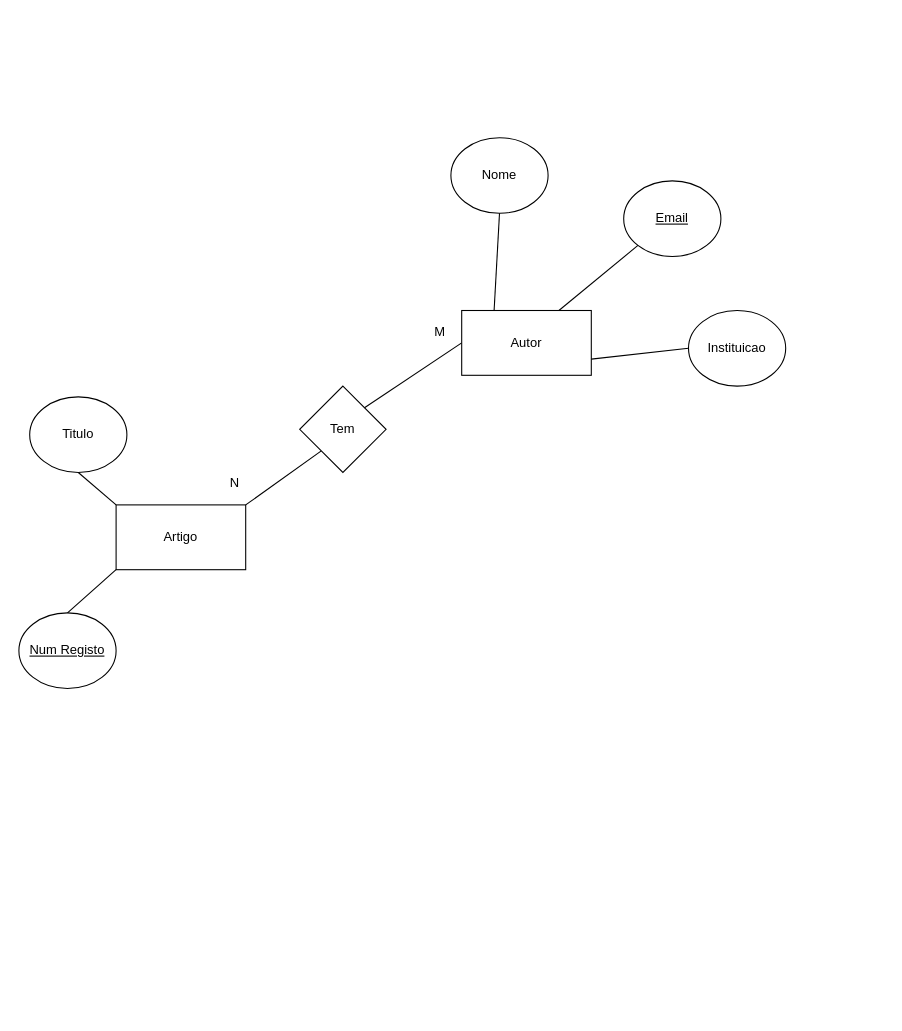
This is G01/ex3.drawio from ahridesu/guioes-BD, a draw.io file, before an edit. Source tidied: cells renumbered, new cells numbered last; positions are measured from the earlier drawing's top-left corner, leaving out a move shared by most shapes. Both pictures are drawn from the tidied source at 108%, with x=0, y=0 at pixel (18, 137).
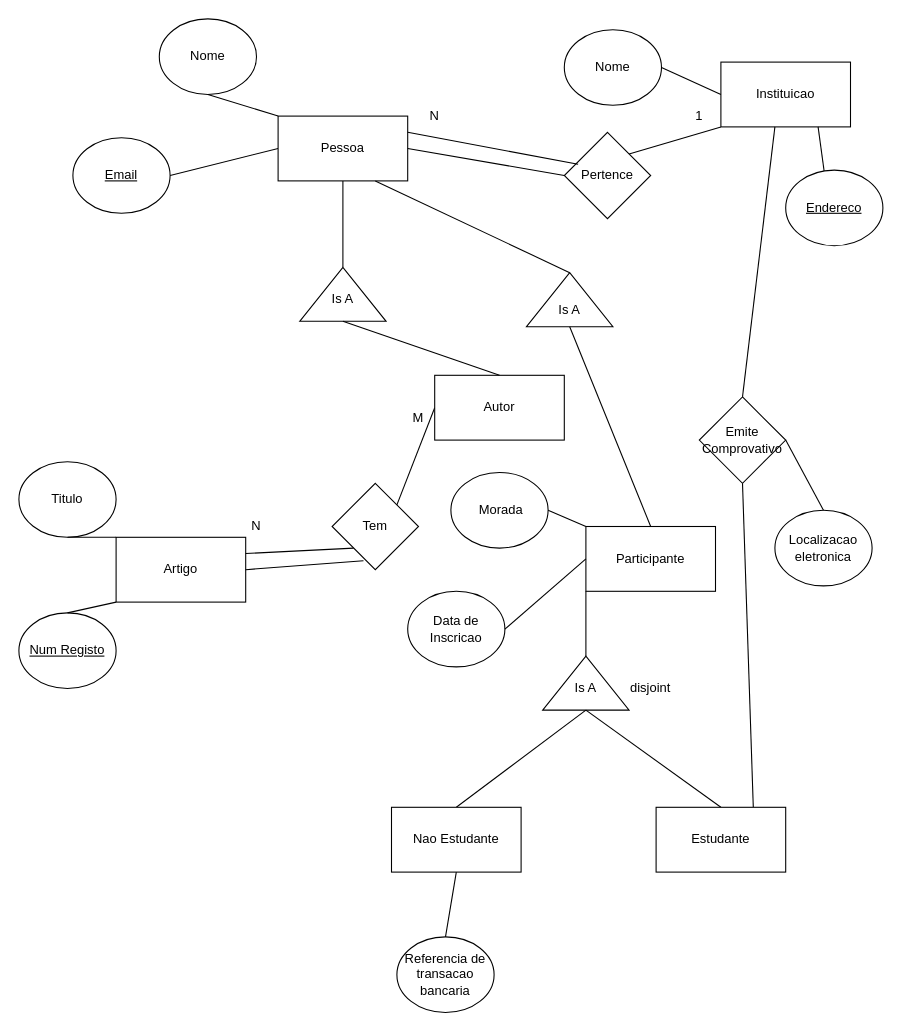
Above is the later version.

Diff of the diagram source:
```diff
@@
     <mxCell id="2" value="Artigo" style="rounded=0;whiteSpace=wrap;html=1;" parent="1" vertex="1">
-      <mxGeometry x="90" y="340" width="120" height="60" as="geometry" />
+      <mxGeometry x="90" y="370" width="120" height="60" as="geometry" />
     </mxCell>
     <mxCell id="3" value="Titulo" style="ellipse;whiteSpace=wrap;html=1;" parent="1" vertex="1">
-      <mxGeometry x="10" y="240" width="90" height="70" as="geometry" />
+      <mxGeometry y="300" width="90" height="70" as="geometry" />
     </mxCell>
@@
-    <mxCell id="7" style="endArrow=none;html=1;exitX=1;exitY=0;exitDx=0;exitDy=0;entryX=0;entryY=1;entryDx=0;entryDy=0;" parent="1" edge="1" source="2" target="8">
+    <mxCell id="7" style="endArrow=none;html=1;exitX=1;exitY=0.25;exitDx=0;exitDy=0;entryX=0;entryY=1;entryDx=0;entryDy=0;" parent="1" edge="1" source="2" target="8">
       <mxGeometry relative="1" as="geometry" />
     </mxCell>
     <mxCell id="8" value="Tem" style="rhombus;whiteSpace=wrap;html=1;" parent="1" vertex="1">
-      <mxGeometry x="260" y="230" width="80" height="80" as="geometry" />
+      <mxGeometry x="290" y="320" width="80" height="80" as="geometry" />
     </mxCell>
@@
     <mxCell id="10" value="Autor" style="rounded=0;whiteSpace=wrap;html=1;" parent="1" vertex="1">
-      <mxGeometry x="410" y="160" width="120" height="60" as="geometry" />
+      <mxGeometry x="385" y="220" width="120" height="60" as="geometry" />
     </mxCell>
     <mxCell id="11" value="Nome" style="ellipse;whiteSpace=wrap;html=1;" parent="1" vertex="1">
-      <mxGeometry x="400" width="90" height="70" as="geometry" />
+      <mxGeometry x="130" y="-110" width="90" height="70" as="geometry" />
     </mxCell>
     <mxCell id="12" value="&lt;u&gt;Email&lt;/u&gt;" style="ellipse;whiteSpace=wrap;html=1;" parent="1" vertex="1">
-      <mxGeometry x="560" y="40" width="90" height="70" as="geometry" />
+      <mxGeometry x="50" width="90" height="70" as="geometry" />
     </mxCell>
-    <mxCell id="13" value="Instituicao" style="ellipse;whiteSpace=wrap;html=1;" parent="1" vertex="1">
-      <mxGeometry x="620" y="160" width="90" height="70" as="geometry" />
-    </mxCell>
-    <mxCell id="14" style="endArrow=none;html=1;entryX=0.5;entryY=1;entryDx=0;entryDy=0;exitX=0.25;exitY=0;exitDx=0;exitDy=0;" parent="1" edge="1" source="10" target="11">
+    <mxCell id="14" style="endArrow=none;html=1;entryX=0.5;entryY=1;entryDx=0;entryDy=0;exitX=0;exitY=0;exitDx=0;exitDy=0;" parent="1" edge="1" source="20" target="11">
       <mxGeometry relative="1" as="geometry" />
     </mxCell>
-    <mxCell id="15" style="endArrow=none;html=1;entryX=0;entryY=1;entryDx=0;entryDy=0;exitX=0.75;exitY=0;exitDx=0;exitDy=0;" parent="1" edge="1" source="10" target="12">
+    <mxCell id="15" style="endArrow=none;html=1;entryX=1;entryY=0.5;entryDx=0;entryDy=0;exitX=0;exitY=0.5;exitDx=0;exitDy=0;" parent="1" edge="1" source="20" target="12">
       <mxGeometry relative="1" as="geometry" />
     </mxCell>
-    <mxCell id="16" style="endArrow=none;html=1;exitX=1;exitY=0.75;exitDx=0;exitDy=0;entryX=0;entryY=0.5;entryDx=0;entryDy=0;" parent="1" edge="1" source="10" target="13">
-      <mxGeometry relative="1" as="geometry" />
-    </mxCell>
     <mxCell id="17" value="N" style="text;html=1;strokeColor=none;fillColor=none;align=center;verticalAlign=middle;whiteSpace=wrap;rounded=0;" parent="1" vertex="1">
-      <mxGeometry x="180" y="310" width="40" height="20" as="geometry" />
+      <mxGeometry x="200" y="350" width="40" height="20" as="geometry" />
     </mxCell>
     <mxCell id="18" value="M" style="text;html=1;strokeColor=none;fillColor=none;align=center;verticalAlign=middle;whiteSpace=wrap;rounded=0;" parent="1" vertex="1">
-      <mxGeometry x="370" y="170" width="40" height="20" as="geometry" />
+      <mxGeometry x="350" y="250" width="40" height="20" as="geometry" />
     </mxCell>
+    <mxCell id="19" style="endArrow=none;html=1;entryX=0.363;entryY=0.896;entryDx=0;entryDy=0;entryPerimeter=0;" parent="1" edge="1" target="8">
+      <mxGeometry relative="1" as="geometry">
+        <mxPoint x="210" y="400" as="sourcePoint" />
+      </mxGeometry>
+    </mxCell>
+    <mxCell id="20" value="Pessoa" style="rounded=0;whiteSpace=wrap;html=1;" parent="1" vertex="1">
+      <mxGeometry x="240" y="-20" width="120" height="60" as="geometry" />
+    </mxCell>
+    <mxCell id="21" style="verticalLabelPosition=bottom;verticalAlign=top;html=1;shape=mxgraph.basic.acute_triangle;dx=0.5;" parent="1" vertex="1">
+      <mxGeometry x="260" y="120" width="80" height="50" as="geometry" />
+    </mxCell>
+    <mxCell id="22" value="Is A" style="text;html=1;strokeColor=none;fillColor=none;align=center;verticalAlign=middle;whiteSpace=wrap;rounded=0;" parent="1" vertex="1">
+      <mxGeometry x="280" y="140" width="40" height="20" as="geometry" />
+    </mxCell>
+    <mxCell id="23" style="endArrow=none;html=1;entryX=0.5;entryY=1;entryDx=0;entryDy=0;exitX=0;exitY=0;exitDx=40;exitDy=0;exitPerimeter=0;" parent="1" edge="1" source="21" target="20">
+      <mxGeometry relative="1" as="geometry" />
+    </mxCell>
+    <mxCell id="24" style="endArrow=none;html=1;exitX=0.5;exitY=0;exitDx=0;exitDy=0;entryX=0.5;entryY=1;entryDx=0;entryDy=0;entryPerimeter=0;" parent="1" edge="1" source="10" target="21">
+      <mxGeometry relative="1" as="geometry" />
+    </mxCell>
+    <mxCell id="13" value="Instituicao" style="rounded=0;whiteSpace=wrap;html=1;" parent="1" vertex="1">
+      <mxGeometry x="650" y="-70" width="120" height="60" as="geometry" />
+    </mxCell>
+    <mxCell id="25" style="endArrow=none;html=1;entryX=0;entryY=0.5;entryDx=0;entryDy=0;exitX=1;exitY=0.5;exitDx=0;exitDy=0;" parent="1" edge="1" source="26" target="13">
+      <mxGeometry relative="1" as="geometry" />
+    </mxCell>
+    <mxCell id="26" value="Nome" style="ellipse;whiteSpace=wrap;html=1;" parent="1" vertex="1">
+      <mxGeometry x="505" y="-100" width="90" height="70" as="geometry" />
+    </mxCell>
+    <mxCell id="27" style="endArrow=none;html=1;entryX=0.5;entryY=1;entryDx=0;entryDy=0;exitX=0.75;exitY=1;exitDx=0;exitDy=0;" parent="1" edge="1" source="13" target="28">
+      <mxGeometry relative="1" as="geometry" />
+    </mxCell>
+    <mxCell id="28" value="&lt;u&gt;Endereco&lt;/u&gt;" style="ellipse;whiteSpace=wrap;html=1;" parent="1" vertex="1">
+      <mxGeometry x="710" y="30" width="90" height="70" as="geometry" />
+    </mxCell>
+    <mxCell id="29" style="endArrow=none;html=1;entryX=0;entryY=1;entryDx=0;entryDy=0;exitX=1;exitY=0;exitDx=0;exitDy=0;" parent="1" edge="1" source="30" target="13">
+      <mxGeometry relative="1" as="geometry" />
+    </mxCell>
+    <mxCell id="30" value="Pertence" style="rhombus;whiteSpace=wrap;html=1;" parent="1" vertex="1">
+      <mxGeometry x="505" y="-5" width="80" height="80" as="geometry" />
+    </mxCell>
+    <mxCell id="31" style="endArrow=none;html=1;exitX=0;exitY=0.5;exitDx=0;exitDy=0;entryX=1;entryY=0.5;entryDx=0;entryDy=0;" parent="1" edge="1" source="30" target="20">
+      <mxGeometry relative="1" as="geometry" />
+    </mxCell>
+    <mxCell id="32" style="endArrow=none;html=1;entryX=0.75;entryY=1;entryDx=0;entryDy=0;exitX=0;exitY=0;exitDx=40;exitDy=0;exitPerimeter=0;" parent="1" edge="1" source="33" target="20">
+      <mxGeometry relative="1" as="geometry" />
+    </mxCell>
+    <mxCell id="33" style="verticalLabelPosition=bottom;verticalAlign=top;html=1;shape=mxgraph.basic.acute_triangle;dx=0.5;" parent="1" vertex="1">
+      <mxGeometry x="470" y="125" width="80" height="50" as="geometry" />
+    </mxCell>
+    <mxCell id="34" style="endArrow=none;html=1;entryX=0.5;entryY=1;entryDx=0;entryDy=0;entryPerimeter=0;exitX=0.5;exitY=0;exitDx=0;exitDy=0;" parent="1" edge="1" source="35" target="33">
+      <mxGeometry relative="1" as="geometry" />
+    </mxCell>
+    <mxCell id="35" value="Participante" style="rounded=0;whiteSpace=wrap;html=1;" parent="1" vertex="1">
+      <mxGeometry x="525" y="360" width="120" height="60" as="geometry" />
+    </mxCell>
+    <mxCell id="36" value="Is A" style="text;html=1;strokeColor=none;fillColor=none;align=center;verticalAlign=middle;whiteSpace=wrap;rounded=0;" parent="1" vertex="1">
+      <mxGeometry x="490" y="150" width="40" height="20" as="geometry" />
+    </mxCell>
+    <mxCell id="37" value="&amp;nbsp;Morada" style="ellipse;whiteSpace=wrap;html=1;" parent="1" vertex="1">
+      <mxGeometry x="400" y="310" width="90" height="70" as="geometry" />
+    </mxCell>
+    <mxCell id="38" style="endArrow=none;html=1;entryX=1;entryY=0.5;entryDx=0;entryDy=0;exitX=0;exitY=0;exitDx=0;exitDy=0;" parent="1" edge="1" source="35" target="37">
+      <mxGeometry relative="1" as="geometry" />
+    </mxCell>
+    <mxCell id="39" value="Data de Inscricao" style="ellipse;whiteSpace=wrap;html=1;" parent="1" vertex="1">
+      <mxGeometry x="360" y="420" width="90" height="70" as="geometry" />
+    </mxCell>
+    <mxCell id="40" style="endArrow=none;html=1;entryX=1;entryY=0.5;entryDx=0;entryDy=0;exitX=0;exitY=0.5;exitDx=0;exitDy=0;" parent="1" edge="1" source="35" target="39">
+      <mxGeometry relative="1" as="geometry" />
+    </mxCell>
+    <mxCell id="41" style="endArrow=none;html=1;entryX=0;entryY=1;entryDx=0;entryDy=0;exitX=0;exitY=0;exitDx=40;exitDy=0;exitPerimeter=0;" parent="1" edge="1" source="42" target="35">
+      <mxGeometry relative="1" as="geometry" />
+    </mxCell>
+    <mxCell id="42" style="verticalLabelPosition=bottom;verticalAlign=top;html=1;shape=mxgraph.basic.acute_triangle;dx=0.5;" parent="1" vertex="1">
+      <mxGeometry x="485" y="480" width="80" height="50" as="geometry" />
+    </mxCell>
+    <mxCell id="43" value="&lt;div&gt;Is A&lt;/div&gt;" style="text;html=1;strokeColor=none;fillColor=none;align=center;verticalAlign=middle;whiteSpace=wrap;rounded=0;" parent="1" vertex="1">
+      <mxGeometry x="505" y="500" width="40" height="20" as="geometry" />
+    </mxCell>
+    <mxCell id="44" style="endArrow=none;html=1;entryX=0.5;entryY=1;entryDx=0;entryDy=0;entryPerimeter=0;exitX=0.5;exitY=0;exitDx=0;exitDy=0;" parent="1" edge="1" source="46" target="42">
+      <mxGeometry relative="1" as="geometry" />
+    </mxCell>
+    <mxCell id="45" style="endArrow=none;html=1;entryX=0.5;entryY=1;entryDx=0;entryDy=0;entryPerimeter=0;exitX=0.5;exitY=0;exitDx=0;exitDy=0;" parent="1" edge="1" source="52" target="42">
+      <mxGeometry relative="1" as="geometry" />
+    </mxCell>
+    <mxCell id="46" value="Nao Estudante" style="rounded=0;whiteSpace=wrap;html=1;" parent="1" vertex="1">
+      <mxGeometry x="345" y="620" width="120" height="60" as="geometry" />
+    </mxCell>
+    <mxCell id="47" value="disjoint" style="text;html=1;strokeColor=none;fillColor=none;align=center;verticalAlign=middle;whiteSpace=wrap;rounded=0;" parent="1" vertex="1">
+      <mxGeometry x="565" y="500" width="40" height="20" as="geometry" />
+    </mxCell>
+    <mxCell id="48" style="edgeStyle=orthogonalEdgeStyle;rounded=0;orthogonalLoop=1;jettySize=auto;html=1;exitX=0.5;exitY=1;exitDx=0;exitDy=0;" parent="1" edge="1" source="18" target="18">
+      <mxGeometry relative="1" as="geometry" />
+    </mxCell>
+    <mxCell id="49" style="endArrow=none;html=1;exitX=0.5;exitY=0;exitDx=0;exitDy=0;" parent="1" edge="1" source="50">
+      <mxGeometry relative="1" as="geometry">
+        <mxPoint x="700" y="-10" as="targetPoint" />
+      </mxGeometry>
+    </mxCell>
+    <mxCell id="50" value="Emite Comprovativo" style="rhombus;whiteSpace=wrap;html=1;" parent="1" vertex="1">
+      <mxGeometry x="630" y="240" width="80" height="80" as="geometry" />
+    </mxCell>
+    <mxCell id="51" style="endArrow=none;html=1;entryX=0.5;entryY=1;entryDx=0;entryDy=0;exitX=0.75;exitY=0;exitDx=0;exitDy=0;" parent="1" edge="1" source="52" target="50">
+      <mxGeometry relative="1" as="geometry" />
+    </mxCell>
+    <mxCell id="52" value="Estudante" style="rounded=0;whiteSpace=wrap;html=1;" parent="1" vertex="1">
+      <mxGeometry x="590" y="620" width="120" height="60" as="geometry" />
+    </mxCell>
+    <mxCell id="53" value="Localizacao eletronica" style="ellipse;whiteSpace=wrap;html=1;" parent="1" vertex="1">
+      <mxGeometry x="700" y="345" width="90" height="70" as="geometry" />
+    </mxCell>
+    <mxCell id="54" style="endArrow=none;html=1;entryX=1;entryY=0.5;entryDx=0;entryDy=0;exitX=0.5;exitY=0;exitDx=0;exitDy=0;" parent="1" edge="1" source="53" target="50">
+      <mxGeometry relative="1" as="geometry" />
+    </mxCell>
+    <mxCell id="55" value="Referencia de transacao bancaria" style="ellipse;whiteSpace=wrap;html=1;" parent="1" vertex="1">
+      <mxGeometry x="350" y="740" width="90" height="70" as="geometry" />
+    </mxCell>
+    <mxCell id="56" style="endArrow=none;html=1;exitX=0.5;exitY=0;exitDx=0;exitDy=0;entryX=0.5;entryY=1;entryDx=0;entryDy=0;" parent="1" edge="1" source="55" target="46">
+      <mxGeometry relative="1" as="geometry" />
+    </mxCell>
+    <mxCell id="57" style="endArrow=none;html=1;exitX=1;exitY=0.25;exitDx=0;exitDy=0;entryX=0.16;entryY=0.37;entryDx=0;entryDy=0;entryPerimeter=0;" parent="1" edge="1" source="20" target="30">
+      <mxGeometry relative="1" as="geometry" />
+    </mxCell>
+    <mxCell id="58" value="1" style="text;html=1;strokeColor=none;fillColor=none;align=center;verticalAlign=middle;whiteSpace=wrap;rounded=0;" parent="1" vertex="1">
+      <mxGeometry x="610" y="-30" width="40" height="20" as="geometry" />
+    </mxCell>
+    <mxCell id="59" value="N" style="text;html=1;strokeColor=none;fillColor=none;align=center;verticalAlign=middle;whiteSpace=wrap;rounded=0;" parent="1" vertex="1">
+      <mxGeometry x="365" y="-30" width="40" height="20" as="geometry" />
+    </mxCell>
```
